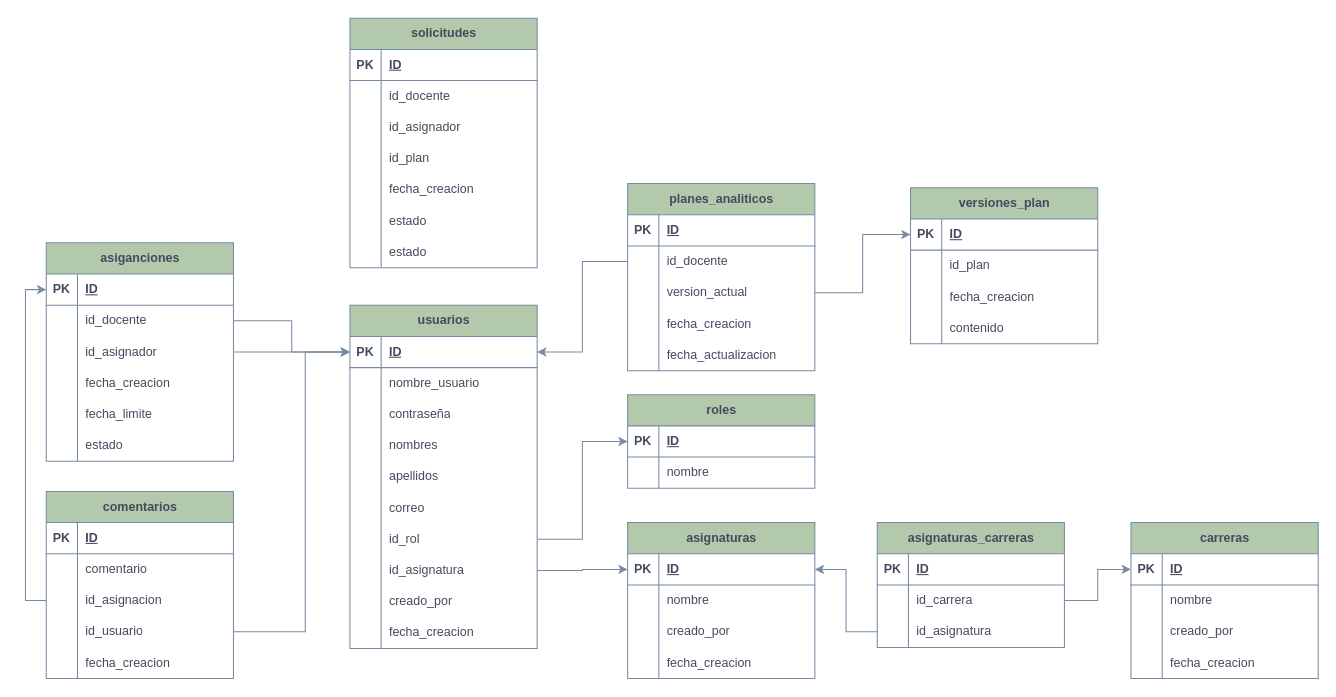
Above: page "Diagrama Tablas" (1 of 3) of Diagrama sin título.drawio in JesusBriones2/prueba (draw.io), before the change. Source tidied: cells renumbered, new cells numbered last; positions are measured from the earlier drawing's top-left corner, leaving out a move shared by most shapes. Both pictures are drawn from the tidied source at 104%, with x=0, y=0 at pixel (25, 18).
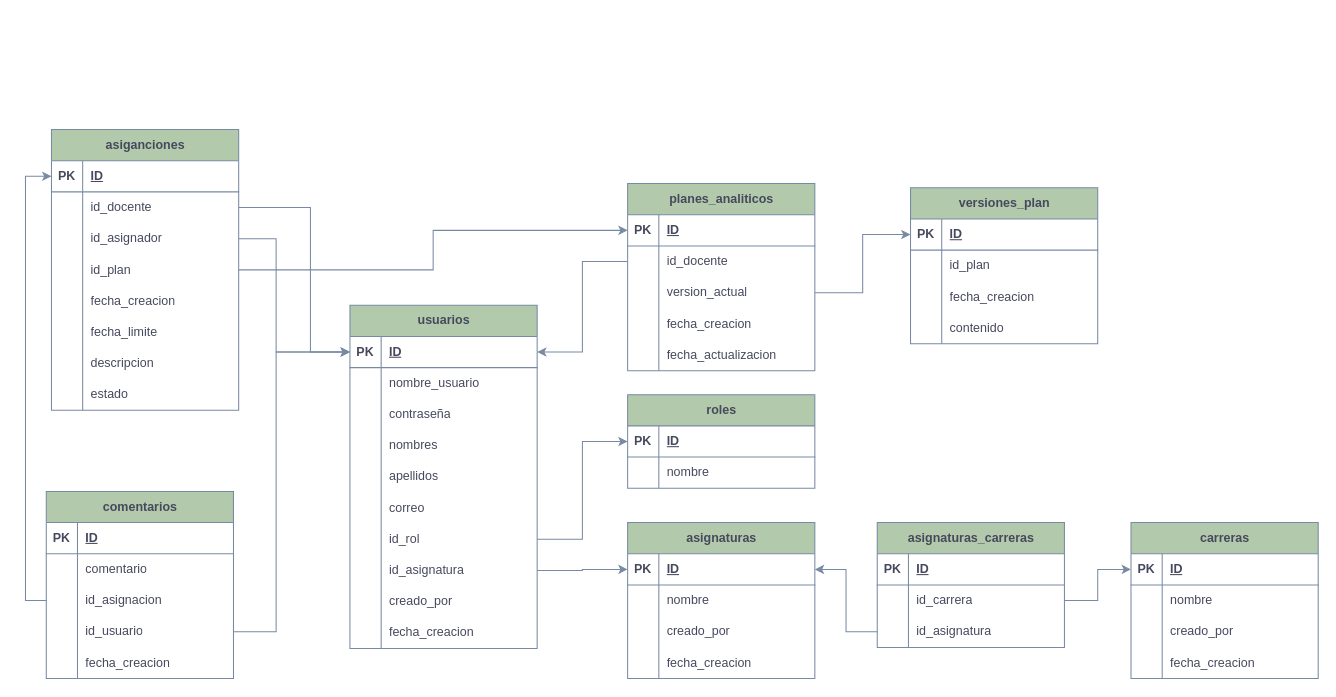
The same page after the edit.

Unchanged cells that the change refers to:
```xml
<mxCell id="3" style="shape=tableRow;horizontal=0;startSize=0;swimlaneHead=0;swimlaneBody=0;fillColor=none;points=[[0,0.5],[1,0.5]];portConstraint=eastwest;top=0;left=0;right=0;bottom=1;strokeColor=#788AA3;fontColor=#46495D;labelBackgroundColor=none;" parent="2" vertex="1">
  <mxGeometry y="30" width="180" height="30" as="geometry" />
</mxCell>
<mxCell id="21" style="shape=tableRow;horizontal=0;startSize=0;swimlaneHead=0;swimlaneBody=0;fillColor=none;points=[[0,0.5],[1,0.5]];portConstraint=eastwest;top=0;left=0;right=0;bottom=0;strokeColor=#788AA3;fontColor=#46495D;labelBackgroundColor=none;" parent="2" vertex="1">
  <mxGeometry y="210" width="180" height="30" as="geometry" />
</mxCell>
<mxCell id="24" style="shape=tableRow;horizontal=0;startSize=0;swimlaneHead=0;swimlaneBody=0;fillColor=none;points=[[0,0.5],[1,0.5]];portConstraint=eastwest;top=0;left=0;right=0;bottom=0;strokeColor=#788AA3;fontColor=#46495D;labelBackgroundColor=none;" parent="2" vertex="1">
  <mxGeometry y="240" width="180" height="30" as="geometry" />
</mxCell>
<mxCell id="34" style="shape=tableRow;horizontal=0;startSize=0;swimlaneHead=0;swimlaneBody=0;fillColor=none;points=[[0,0.5],[1,0.5]];portConstraint=eastwest;top=0;left=0;right=0;bottom=1;strokeColor=#788AA3;fontColor=#46495D;labelBackgroundColor=none;" parent="33" vertex="1">
  <mxGeometry y="30" width="180" height="30" as="geometry" />
</mxCell>
<mxCell id="42" style="shape=tableRow;horizontal=0;startSize=0;swimlaneHead=0;swimlaneBody=0;fillColor=none;points=[[0,0.5],[1,0.5]];portConstraint=eastwest;top=0;left=0;right=0;bottom=1;strokeColor=#788AA3;fontColor=#46495D;labelBackgroundColor=none;" parent="41" vertex="1">
  <mxGeometry y="30" width="180" height="30" as="geometry" />
</mxCell>
<mxCell id="56" style="shape=tableRow;horizontal=0;startSize=0;swimlaneHead=0;swimlaneBody=0;fillColor=none;points=[[0,0.5],[1,0.5]];portConstraint=eastwest;top=0;left=0;right=0;bottom=1;strokeColor=#788AA3;fontColor=#46495D;labelBackgroundColor=none;" parent="55" vertex="1">
  <mxGeometry y="30" width="180" height="30" as="geometry" />
</mxCell>
<mxCell id="72" style="shape=tableRow;horizontal=0;startSize=0;swimlaneHead=0;swimlaneBody=0;fillColor=none;points=[[0,0.5],[1,0.5]];portConstraint=eastwest;top=0;left=0;right=0;bottom=0;strokeColor=#788AA3;fontColor=#46495D;labelBackgroundColor=none;" parent="68" vertex="1">
  <mxGeometry y="60" width="180" height="30" as="geometry" />
</mxCell>
<mxCell id="75" style="shape=tableRow;horizontal=0;startSize=0;swimlaneHead=0;swimlaneBody=0;fillColor=none;points=[[0,0.5],[1,0.5]];portConstraint=eastwest;top=0;left=0;right=0;bottom=0;strokeColor=#788AA3;fontColor=#46495D;labelBackgroundColor=none;" parent="68" vertex="1">
  <mxGeometry y="90" width="180" height="30" as="geometry" />
</mxCell>
<mxCell id="81" style="shape=tableRow;horizontal=0;startSize=0;swimlaneHead=0;swimlaneBody=0;fillColor=none;points=[[0,0.5],[1,0.5]];portConstraint=eastwest;top=0;left=0;right=0;bottom=1;strokeColor=#788AA3;fontColor=#46495D;labelBackgroundColor=none;" parent="80" vertex="1">
  <mxGeometry y="30" width="180" height="30" as="geometry" />
</mxCell>
<mxCell id="84" style="shape=tableRow;horizontal=0;startSize=0;swimlaneHead=0;swimlaneBody=0;fillColor=none;points=[[0,0.5],[1,0.5]];portConstraint=eastwest;top=0;left=0;right=0;bottom=0;strokeColor=#788AA3;fontColor=#46495D;labelBackgroundColor=none;" parent="80" vertex="1">
  <mxGeometry y="60" width="180" height="30" as="geometry" />
</mxCell>
<mxCell id="87" style="shape=tableRow;horizontal=0;startSize=0;swimlaneHead=0;swimlaneBody=0;fillColor=none;points=[[0,0.5],[1,0.5]];portConstraint=eastwest;top=0;left=0;right=0;bottom=0;strokeColor=#788AA3;fontColor=#46495D;labelBackgroundColor=none;" parent="80" vertex="1">
  <mxGeometry y="90" width="180" height="30" as="geometry" />
</mxCell>
<mxCell id="98" style="shape=tableRow;horizontal=0;startSize=0;swimlaneHead=0;swimlaneBody=0;fillColor=none;points=[[0,0.5],[1,0.5]];portConstraint=eastwest;top=0;left=0;right=0;bottom=1;strokeColor=#788AA3;fontColor=#46495D;labelBackgroundColor=none;" parent="97" vertex="1">
  <mxGeometry y="30" width="180" height="30" as="geometry" />
</mxCell>
<mxCell id="111" style="shape=tableRow;horizontal=0;startSize=0;swimlaneHead=0;swimlaneBody=0;fillColor=none;points=[[0,0.5],[1,0.5]];portConstraint=eastwest;top=0;left=0;right=0;bottom=1;strokeColor=#788AA3;fontColor=#46495D;labelBackgroundColor=none;" parent="110" vertex="1">
  <mxGeometry y="30" width="180" height="30" as="geometry" />
</mxCell>
<mxCell id="114" style="shape=tableRow;horizontal=0;startSize=0;swimlaneHead=0;swimlaneBody=0;fillColor=none;points=[[0,0.5],[1,0.5]];portConstraint=eastwest;top=0;left=0;right=0;bottom=0;strokeColor=#788AA3;fontColor=#46495D;labelBackgroundColor=none;" parent="110" vertex="1">
  <mxGeometry y="60" width="180" height="30" as="geometry" />
</mxCell>
<mxCell id="117" style="shape=tableRow;horizontal=0;startSize=0;swimlaneHead=0;swimlaneBody=0;fillColor=none;points=[[0,0.5],[1,0.5]];portConstraint=eastwest;top=0;left=0;right=0;bottom=0;strokeColor=#788AA3;fontColor=#46495D;labelBackgroundColor=none;" parent="110" vertex="1">
  <mxGeometry y="90" width="180" height="30" as="geometry" />
</mxCell>
<mxCell id="136" style="shape=tableRow;horizontal=0;startSize=0;swimlaneHead=0;swimlaneBody=0;fillColor=none;points=[[0,0.5],[1,0.5]];portConstraint=eastwest;top=0;left=0;right=0;bottom=0;strokeColor=#788AA3;fontColor=#46495D;labelBackgroundColor=none;" parent="129" vertex="1">
  <mxGeometry y="90" width="180" height="30" as="geometry" />
</mxCell>
<mxCell id="139" style="shape=tableRow;horizontal=0;startSize=0;swimlaneHead=0;swimlaneBody=0;fillColor=none;points=[[0,0.5],[1,0.5]];portConstraint=eastwest;top=0;left=0;right=0;bottom=0;strokeColor=#788AA3;fontColor=#46495D;labelBackgroundColor=none;" parent="129" vertex="1">
  <mxGeometry y="120" width="180" height="30" as="geometry" />
</mxCell>
```

What changed in the source:
```diff
@@
-    <mxCell id="40" style="edgeStyle=orthogonalEdgeStyle;rounded=0;jettySize=auto;html=1;strokeColor=#788AA3;fontColor=default;fillColor=#B2C9AB;labelBackgroundColor=none;" parent="1" edge="1" source="21" target="34">
-      <mxGeometry relative="1" as="geometry" />
-    </mxCell>
@@
-    <mxCell id="54" style="edgeStyle=orthogonalEdgeStyle;rounded=0;jettySize=auto;html=1;entryX=0;entryY=0.5;entryDx=0;entryDy=0;strokeColor=#788AA3;fontColor=default;fillColor=#B2C9AB;labelBackgroundColor=none;" parent="1" edge="1" source="24" target="42">
-      <mxGeometry relative="1" as="geometry" />
-    </mxCell>
@@
-    <mxCell id="78" style="edgeStyle=orthogonalEdgeStyle;rounded=0;jettySize=auto;html=1;strokeColor=#788AA3;fontColor=default;fillColor=#B2C9AB;labelBackgroundColor=none;" parent="1" edge="1" source="75" target="42">
-      <mxGeometry relative="1" as="geometry" />
-    </mxCell>
-    <mxCell id="79" style="edgeStyle=orthogonalEdgeStyle;rounded=0;jettySize=auto;html=1;strokeColor=#788AA3;fontColor=default;fillColor=#B2C9AB;labelBackgroundColor=none;" parent="1" edge="1" source="72" target="56">
-      <mxGeometry relative="1" as="geometry" />
-    </mxCell>
@@
-    <mxCell id="96" style="edgeStyle=orthogonalEdgeStyle;rounded=0;jettySize=auto;html=1;strokeColor=#788AA3;fontColor=default;fillColor=#B2C9AB;labelBackgroundColor=none;" parent="1" edge="1" source="84" target="3">
-      <mxGeometry relative="1" as="geometry" />
-    </mxCell>
@@
     <mxCell id="110" value="asiganciones" style="shape=table;startSize=30;childLayout=tableLayout;rowLines=0;fontStyle=1;align=center;html=1;strokeColor=#788AA3;fontColor=#46495D;fillColor=#B2C9AB;labelBackgroundColor=none;" parent="1" vertex="1">
-      <mxGeometry x="20" y="216" width="180" height="210" as="geometry" />
+      <mxGeometry x="25" y="107" width="180" height="270" as="geometry" />
     </mxCell>
@@
+    <mxCell id="158" style="shape=tableRow;horizontal=0;startSize=0;swimlaneHead=0;swimlaneBody=0;fillColor=none;points=[[0,0.5],[1,0.5]];portConstraint=eastwest;top=0;left=0;right=0;bottom=0;strokeColor=#788AA3;fontColor=#46495D;labelBackgroundColor=none;" parent="110" vertex="1">
+      <mxGeometry y="120" width="180" height="30" as="geometry" />
+    </mxCell>
+    <mxCell id="172" style="shape=partialRectangle;fillColor=none;top=0;left=0;bottom=0;right=0;overflow=hidden;whiteSpace=wrap;html=1;strokeColor=#788AA3;fontColor=#46495D;labelBackgroundColor=none;" parent="158" vertex="1">
+      <mxGeometry width="30" height="30" as="geometry" />
+    </mxCell>
+    <mxCell id="160" value="id_plan" style="shape=partialRectangle;fillColor=none;top=0;left=0;bottom=0;right=0;align=left;spacingLeft=6;overflow=hidden;whiteSpace=wrap;html=1;strokeColor=#788AA3;fontColor=#46495D;labelBackgroundColor=none;" parent="158" vertex="1">
+      <mxGeometry x="30" width="150" height="30" as="geometry" />
+    </mxCell>
     <mxCell id="120" style="shape=tableRow;horizontal=0;startSize=0;swimlaneHead=0;swimlaneBody=0;fillColor=none;top=0;left=0;right=0;bottom=0;strokeColor=#788AA3;fontColor=#46495D;labelBackgroundColor=none;" parent="110" vertex="1">
-      <mxGeometry y="120" width="180" height="30" as="geometry" />
+      <mxGeometry y="150" width="180" height="30" as="geometry" />
     </mxCell>
@@
     <mxCell id="123" style="shape=tableRow;horizontal=0;startSize=0;swimlaneHead=0;swimlaneBody=0;fillColor=none;top=0;left=0;right=0;bottom=0;strokeColor=#788AA3;fontColor=#46495D;labelBackgroundColor=none;" parent="110" vertex="1">
-      <mxGeometry y="150" width="180" height="30" as="geometry" />
+      <mxGeometry y="180" width="180" height="30" as="geometry" />
     </mxCell>
@@
     <mxCell id="126" style="shape=tableRow;horizontal=0;startSize=0;swimlaneHead=0;swimlaneBody=0;fillColor=none;top=0;left=0;right=0;bottom=0;strokeColor=#788AA3;fontColor=#46495D;labelBackgroundColor=none;" parent="110" vertex="1">
-      <mxGeometry y="180" width="180" height="30" as="geometry" />
+      <mxGeometry y="210" width="180" height="30" as="geometry" />
     </mxCell>
@@
-    <mxCell id="128" value="estado" style="shape=partialRectangle;fillColor=none;top=0;left=0;bottom=0;right=0;align=left;spacingLeft=6;overflow=hidden;whiteSpace=wrap;html=1;strokeColor=#788AA3;fontColor=#46495D;labelBackgroundColor=none;" parent="126" vertex="1">
+    <mxCell id="128" value="descripcion" style="shape=partialRectangle;fillColor=none;top=0;left=0;bottom=0;right=0;align=left;spacingLeft=6;overflow=hidden;whiteSpace=wrap;html=1;strokeColor=#788AA3;fontColor=#46495D;labelBackgroundColor=none;" parent="126" vertex="1">
       <mxGeometry x="30" width="150" height="30" as="geometry" />
     </mxCell>
+    <mxCell id="173" style="shape=tableRow;horizontal=0;startSize=0;swimlaneHead=0;swimlaneBody=0;fillColor=none;top=0;left=0;right=0;bottom=0;strokeColor=#788AA3;fontColor=#46495D;labelBackgroundColor=none;" parent="110" vertex="1">
+      <mxGeometry y="240" width="180" height="30" as="geometry" />
+    </mxCell>
+    <mxCell id="174" style="shape=partialRectangle;fillColor=none;top=0;left=0;bottom=0;right=0;overflow=hidden;whiteSpace=wrap;html=1;strokeColor=#788AA3;fontColor=#46495D;labelBackgroundColor=none;" parent="173" vertex="1">
+      <mxGeometry width="30" height="30" as="geometry" />
+    </mxCell>
+    <mxCell id="175" value="estado" style="shape=partialRectangle;fillColor=none;top=0;left=0;bottom=0;right=0;align=left;spacingLeft=6;overflow=hidden;whiteSpace=wrap;html=1;strokeColor=#788AA3;fontColor=#46495D;labelBackgroundColor=none;" parent="173" vertex="1">
+      <mxGeometry x="30" width="150" height="30" as="geometry" />
+    </mxCell>
@@
+    <mxCell id="170" style="edgeStyle=orthogonalEdgeStyle;rounded=0;jettySize=auto;html=1;exitX=0;exitY=0.5;exitDx=0;exitDy=0;entryX=0;entryY=0.5;entryDx=0;entryDy=0;strokeColor=#788AA3;fontColor=#46495D;fillColor=#B2C9AB;" parent="1" edge="1" source="136" target="111">
+      <mxGeometry relative="1" as="geometry" />
+    </mxCell>
+    <mxCell id="96" style="edgeStyle=orthogonalEdgeStyle;rounded=0;jettySize=auto;html=1;exitX=0;exitY=0.5;exitDx=0;exitDy=0;strokeColor=#788AA3;fontColor=#46495D;fillColor=#B2C9AB;" parent="1" edge="1" source="84" target="3">
+      <mxGeometry relative="1" as="geometry" />
+    </mxCell>
+    <mxCell id="40" style="edgeStyle=orthogonalEdgeStyle;rounded=0;jettySize=auto;html=1;exitX=1;exitY=0.5;exitDx=0;exitDy=0;entryX=0;entryY=0.5;entryDx=0;entryDy=0;strokeColor=#788AA3;fontColor=#46495D;fillColor=#B2C9AB;" parent="1" edge="1" source="21" target="34">
+      <mxGeometry relative="1" as="geometry" />
+    </mxCell>
+    <mxCell id="54" style="edgeStyle=orthogonalEdgeStyle;rounded=0;jettySize=auto;html=1;exitX=1;exitY=0.5;exitDx=0;exitDy=0;entryX=0;entryY=0.5;entryDx=0;entryDy=0;strokeColor=#788AA3;fontColor=#46495D;fillColor=#B2C9AB;" parent="1" edge="1" source="24" target="42">
+      <mxGeometry relative="1" as="geometry" />
+    </mxCell>
+    <mxCell id="78" style="edgeStyle=orthogonalEdgeStyle;rounded=0;jettySize=auto;html=1;exitX=0;exitY=0.5;exitDx=0;exitDy=0;entryX=1;entryY=0.5;entryDx=0;entryDy=0;strokeColor=#788AA3;fontColor=#46495D;fillColor=#B2C9AB;" parent="1" edge="1" source="75" target="42">
+      <mxGeometry relative="1" as="geometry" />
+    </mxCell>
+    <mxCell id="79" style="edgeStyle=orthogonalEdgeStyle;rounded=0;jettySize=auto;html=1;exitX=1;exitY=0.5;exitDx=0;exitDy=0;entryX=0;entryY=0.5;entryDx=0;entryDy=0;strokeColor=#788AA3;fontColor=#46495D;fillColor=#B2C9AB;" parent="1" edge="1" source="72" target="56">
+      <mxGeometry relative="1" as="geometry" />
+    </mxCell>
+    <mxCell id="171" style="edgeStyle=orthogonalEdgeStyle;rounded=0;jettySize=auto;html=1;exitX=1;exitY=0.5;exitDx=0;exitDy=0;entryX=0;entryY=0.5;entryDx=0;entryDy=0;strokeColor=#788AA3;fontColor=#46495D;fillColor=#B2C9AB;" parent="1" edge="1" source="87" target="98">
+      <mxGeometry relative="1" as="geometry" />
+    </mxCell>
-    <mxCell id="145" style="edgeStyle=orthogonalEdgeStyle;rounded=0;jettySize=auto;html=1;labelBackgroundColor=none;strokeColor=#788AA3;fontColor=default;" parent="1" edge="1" source="114" target="3">
-      <mxGeometry relative="1" as="geometry" />
+    <mxCell id="145" style="edgeStyle=orthogonalEdgeStyle;rounded=0;jettySize=auto;html=1;exitX=1;exitY=0.5;exitDx=0;exitDy=0;entryX=0;entryY=0.5;entryDx=0;entryDy=0;strokeColor=#788AA3;fontColor=#46495D;fillColor=#B2C9AB;" parent="1" edge="1" source="114" target="3">
+      <mxGeometry relative="1" as="geometry">
+        <Array as="points">
+          <mxPoint x="274" y="182" />
+          <mxPoint x="274" y="321" />
+        </Array>
+      </mxGeometry>
     </mxCell>
-    <mxCell id="146" style="edgeStyle=orthogonalEdgeStyle;rounded=0;jettySize=auto;html=1;labelBackgroundColor=none;strokeColor=#788AA3;fontColor=default;" parent="1" edge="1" source="117" target="3">
-      <mxGeometry relative="1" as="geometry" />
+    <mxCell id="146" style="edgeStyle=orthogonalEdgeStyle;rounded=0;jettySize=auto;html=1;exitX=1;exitY=0.5;exitDx=0;exitDy=0;entryX=0;entryY=0.5;entryDx=0;entryDy=0;strokeColor=#788AA3;fontColor=#46495D;fillColor=#B2C9AB;" parent="1" edge="1" source="117" target="3">
+      <mxGeometry relative="1" as="geometry">
+        <Array as="points">
+          <mxPoint x="241" y="212" />
+          <mxPoint x="241" y="321" />
+        </Array>
+      </mxGeometry>
     </mxCell>
-    <mxCell id="147" style="edgeStyle=orthogonalEdgeStyle;rounded=0;jettySize=auto;html=1;strokeColor=#788AA3;fontColor=#46495D;fillColor=#B2C9AB;" parent="1" edge="1" source="139" target="3">
+    <mxCell id="147" style="edgeStyle=orthogonalEdgeStyle;rounded=0;jettySize=auto;html=1;exitX=1;exitY=0.5;exitDx=0;exitDy=0;entryX=0;entryY=0.5;entryDx=0;entryDy=0;strokeColor=#788AA3;fontColor=#46495D;fillColor=#B2C9AB;" parent="1" edge="1" source="139" target="3">
       <mxGeometry relative="1" as="geometry">
         <Array as="points">
-          <mxPoint x="269" y="590" />
-          <mxPoint x="269" y="321" />
+          <mxPoint x="241" y="590" />
+          <mxPoint x="241" y="321" />
         </Array>
       </mxGeometry>
     </mxCell>
-    <mxCell id="148" value="solicitudes" style="shape=table;startSize=30;childLayout=tableLayout;rowLines=0;fontStyle=1;align=center;html=1;strokeColor=#788AA3;fontColor=#46495D;fillColor=#B2C9AB;labelBackgroundColor=none;" parent="1" vertex="1">
-      <mxGeometry x="312" width="180" height="240" as="geometry" />
-    </mxCell>
-    <mxCell id="149" style="shape=tableRow;horizontal=0;startSize=0;swimlaneHead=0;swimlaneBody=0;fillColor=none;top=0;left=0;right=0;bottom=1;strokeColor=#788AA3;fontColor=#46495D;labelBackgroundColor=none;" parent="148" vertex="1">
-      <mxGeometry y="30" width="180" height="30" as="geometry" />
-    </mxCell>
-    <mxCell id="150" value="PK" style="shape=partialRectangle;fillColor=none;top=0;left=0;bottom=0;right=0;fontStyle=1;overflow=hidden;whiteSpace=wrap;html=1;strokeColor=#788AA3;fontColor=#46495D;labelBackgroundColor=none;" parent="149" vertex="1">
-      <mxGeometry width="30" height="30" as="geometry" />
-    </mxCell>
-    <mxCell id="151" value="ID" style="shape=partialRectangle;fillColor=none;top=0;left=0;bottom=0;right=0;align=left;spacingLeft=6;fontStyle=5;overflow=hidden;whiteSpace=wrap;html=1;strokeColor=#788AA3;fontColor=#46495D;labelBackgroundColor=none;" parent="149" vertex="1">
-      <mxGeometry x="30" width="150" height="30" as="geometry" />
-    </mxCell>
-    <mxCell id="152" style="shape=tableRow;horizontal=0;startSize=0;swimlaneHead=0;swimlaneBody=0;fillColor=none;top=0;left=0;right=0;bottom=0;strokeColor=#788AA3;fontColor=#46495D;labelBackgroundColor=none;" parent="148" vertex="1">
-      <mxGeometry y="60" width="180" height="30" as="geometry" />
-    </mxCell>
-    <mxCell id="153" style="shape=partialRectangle;fillColor=none;top=0;left=0;bottom=0;right=0;overflow=hidden;whiteSpace=wrap;html=1;strokeColor=#788AA3;fontColor=#46495D;labelBackgroundColor=none;" parent="152" vertex="1">
-      <mxGeometry width="30" height="30" as="geometry" />
-    </mxCell>
-    <mxCell id="154" value="id_docente" style="shape=partialRectangle;fillColor=none;top=0;left=0;bottom=0;right=0;align=left;spacingLeft=6;overflow=hidden;whiteSpace=wrap;html=1;strokeColor=#788AA3;fontColor=#46495D;labelBackgroundColor=none;" parent="152" vertex="1">
-      <mxGeometry x="30" width="150" height="30" as="geometry" />
-    </mxCell>
-    <mxCell id="155" style="shape=tableRow;horizontal=0;startSize=0;swimlaneHead=0;swimlaneBody=0;fillColor=none;top=0;left=0;right=0;bottom=0;strokeColor=#788AA3;fontColor=#46495D;labelBackgroundColor=none;" parent="148" vertex="1">
-      <mxGeometry y="90" width="180" height="30" as="geometry" />
-    </mxCell>
-    <mxCell id="156" style="shape=partialRectangle;fillColor=none;top=0;left=0;bottom=0;right=0;overflow=hidden;whiteSpace=wrap;html=1;strokeColor=#788AA3;fontColor=#46495D;labelBackgroundColor=none;" parent="155" vertex="1">
-      <mxGeometry width="30" height="30" as="geometry" />
-    </mxCell>
-    <mxCell id="157" value="id_asignador" style="shape=partialRectangle;fillColor=none;top=0;left=0;bottom=0;right=0;align=left;spacingLeft=6;overflow=hidden;whiteSpace=wrap;html=1;strokeColor=#788AA3;fontColor=#46495D;labelBackgroundColor=none;" parent="155" vertex="1">
-      <mxGeometry x="30" width="150" height="30" as="geometry" />
-    </mxCell>
-    <mxCell id="158" style="shape=tableRow;horizontal=0;startSize=0;swimlaneHead=0;swimlaneBody=0;fillColor=none;points=[[0,0.5],[1,0.5]];portConstraint=eastwest;top=0;left=0;right=0;bottom=0;strokeColor=#788AA3;fontColor=#46495D;labelBackgroundColor=none;" parent="148" vertex="1">
-      <mxGeometry y="120" width="180" height="30" as="geometry" />
-    </mxCell>
-    <mxCell id="159" style="shape=partialRectangle;fillColor=none;top=0;left=0;bottom=0;right=0;overflow=hidden;whiteSpace=wrap;html=1;strokeColor=#788AA3;fontColor=#46495D;labelBackgroundColor=none;" parent="158" vertex="1">
-      <mxGeometry width="30" height="30" as="geometry" />
-    </mxCell>
-    <mxCell id="160" value="id_plan" style="shape=partialRectangle;fillColor=none;top=0;left=0;bottom=0;right=0;align=left;spacingLeft=6;overflow=hidden;whiteSpace=wrap;html=1;strokeColor=#788AA3;fontColor=#46495D;labelBackgroundColor=none;" parent="158" vertex="1">
-      <mxGeometry x="30" width="150" height="30" as="geometry" />
-    </mxCell>
-    <mxCell id="161" style="shape=tableRow;horizontal=0;startSize=0;swimlaneHead=0;swimlaneBody=0;fillColor=none;top=0;left=0;right=0;bottom=0;strokeColor=#788AA3;fontColor=#46495D;labelBackgroundColor=none;" parent="148" vertex="1">
-      <mxGeometry y="150" width="180" height="30" as="geometry" />
-    </mxCell>
-    <mxCell id="162" style="shape=partialRectangle;fillColor=none;top=0;left=0;bottom=0;right=0;overflow=hidden;whiteSpace=wrap;html=1;strokeColor=#788AA3;fontColor=#46495D;labelBackgroundColor=none;" parent="161" vertex="1">
-      <mxGeometry width="30" height="30" as="geometry" />
-    </mxCell>
-    <mxCell id="163" value="fecha_creacion" style="shape=partialRectangle;fillColor=none;top=0;left=0;bottom=0;right=0;align=left;spacingLeft=6;overflow=hidden;whiteSpace=wrap;html=1;strokeColor=#788AA3;fontColor=#46495D;labelBackgroundColor=none;" parent="161" vertex="1">
-      <mxGeometry x="30" width="150" height="30" as="geometry" />
-    </mxCell>
-    <mxCell id="164" style="shape=tableRow;horizontal=0;startSize=0;swimlaneHead=0;swimlaneBody=0;fillColor=none;top=0;left=0;right=0;bottom=0;strokeColor=#788AA3;fontColor=#46495D;labelBackgroundColor=none;" parent="148" vertex="1">
-      <mxGeometry y="180" width="180" height="30" as="geometry" />
-    </mxCell>
-    <mxCell id="165" style="shape=partialRectangle;fillColor=none;top=0;left=0;bottom=0;right=0;overflow=hidden;whiteSpace=wrap;html=1;strokeColor=#788AA3;fontColor=#46495D;labelBackgroundColor=none;" parent="164" vertex="1">
-      <mxGeometry width="30" height="30" as="geometry" />
-    </mxCell>
-    <mxCell id="166" value="estado" style="shape=partialRectangle;fillColor=none;top=0;left=0;bottom=0;right=0;align=left;spacingLeft=6;overflow=hidden;whiteSpace=wrap;html=1;strokeColor=#788AA3;fontColor=#46495D;labelBackgroundColor=none;" parent="164" vertex="1">
-      <mxGeometry x="30" width="150" height="30" as="geometry" />
-    </mxCell>
-    <mxCell id="167" style="shape=tableRow;horizontal=0;startSize=0;swimlaneHead=0;swimlaneBody=0;fillColor=none;top=0;left=0;right=0;bottom=0;strokeColor=#788AA3;fontColor=#46495D;labelBackgroundColor=none;" parent="148" vertex="1">
-      <mxGeometry y="210" width="180" height="30" as="geometry" />
-    </mxCell>
-    <mxCell id="168" style="shape=partialRectangle;fillColor=none;top=0;left=0;bottom=0;right=0;overflow=hidden;whiteSpace=wrap;html=1;strokeColor=#788AA3;fontColor=#46495D;labelBackgroundColor=none;" parent="167" vertex="1">
-      <mxGeometry width="30" height="30" as="geometry" />
-    </mxCell>
-    <mxCell id="169" value="estado" style="shape=partialRectangle;fillColor=none;top=0;left=0;bottom=0;right=0;align=left;spacingLeft=6;overflow=hidden;whiteSpace=wrap;html=1;strokeColor=#788AA3;fontColor=#46495D;labelBackgroundColor=none;" parent="167" vertex="1">
-      <mxGeometry x="30" width="150" height="30" as="geometry" />
-    </mxCell>
-    <mxCell id="170" style="edgeStyle=orthogonalEdgeStyle;rounded=0;jettySize=auto;html=1;strokeColor=#788AA3;fontColor=#46495D;fillColor=#B2C9AB;" parent="1" edge="1" source="136" target="111">
-      <mxGeometry relative="1" as="geometry">
-        <Array as="points">
-          <mxPoint y="560" />
-          <mxPoint y="261" />
-        </Array>
-      </mxGeometry>
-    </mxCell>
-    <mxCell id="171" style="edgeStyle=orthogonalEdgeStyle;rounded=0;jettySize=auto;html=1;strokeColor=#788AA3;fontColor=#46495D;fillColor=#B2C9AB;" parent="1" edge="1" source="87" target="98">
-      <mxGeometry relative="1" as="geometry" />
-    </mxCell>
+    <mxCell id="176" style="edgeStyle=orthogonalEdgeStyle;rounded=0;jettySize=auto;html=1;exitX=1;exitY=0.5;exitDx=0;exitDy=0;entryX=0;entryY=0.5;entryDx=0;entryDy=0;strokeColor=#788AA3;fontColor=#46495D;fillColor=#B2C9AB;" parent="1" edge="1" source="158" target="81">
+      <mxGeometry relative="1" as="geometry" />
+    </mxCell>
```
